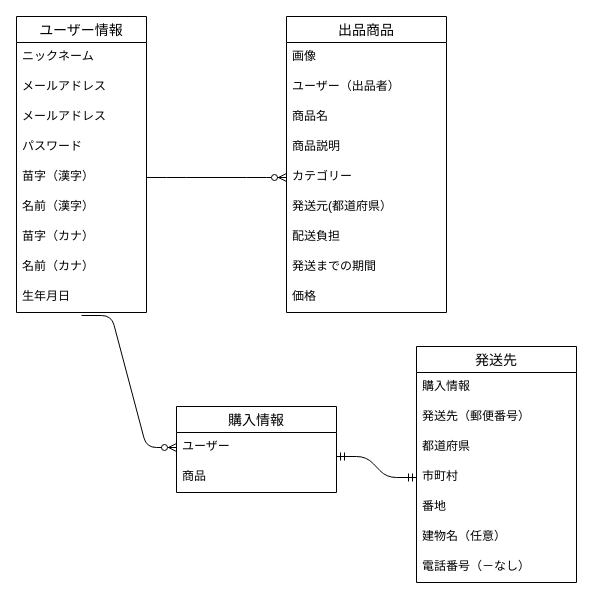
Before: ER.dio in terunobu3/furima-40515, a draw.io diagram. Source tidied: cells renumbered, new cells numbered last; positions are measured from the earlier drawing's top-left corner, leaving out a move shared by most shapes. Both pictures are drawn from the tidied source at 100%, with x=0, y=0 at pixel (16, 16).
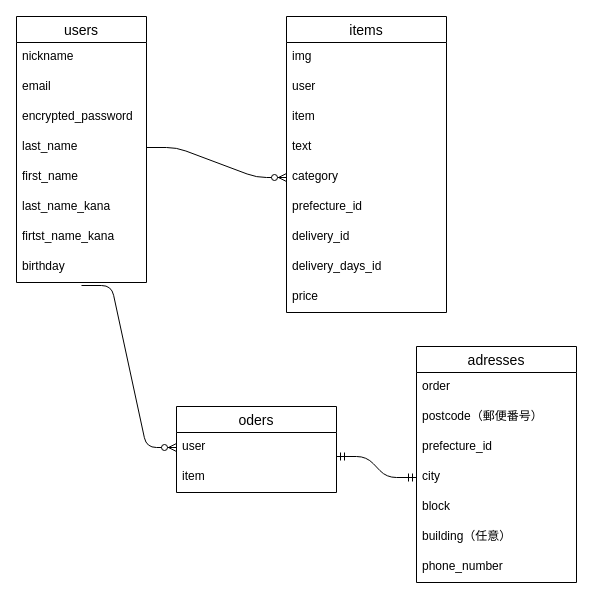
Above is the later version.

What changed in the source:
```diff
@@
-    <mxCell id="2" value="ユーザー情報" style="swimlane;fontStyle=0;horizontal=1;startSize=26;align=center;fontSize=14;" parent="1" vertex="1">
-      <mxGeometry width="130" height="296" as="geometry" />
+    <mxCell id="2" value="users" style="swimlane;fontStyle=0;horizontal=1;startSize=26;align=center;fontSize=14;" parent="1" vertex="1">
+      <mxGeometry width="130" height="266" as="geometry" />
     </mxCell>
-    <mxCell id="3" value="ニックネーム" style="text;strokeColor=none;fillColor=none;spacingLeft=4;spacingRight=4;overflow=hidden;fontSize=12;" parent="2" vertex="1">
+    <mxCell id="3" value="nickname" style="text;strokeColor=none;fillColor=none;spacingLeft=4;spacingRight=4;overflow=hidden;fontSize=12;" parent="2" vertex="1">
       <mxGeometry y="26" width="130" height="30" as="geometry" />
     </mxCell>
-    <mxCell id="4" value="メールアドレス" style="text;strokeColor=none;fillColor=none;spacingLeft=4;spacingRight=4;overflow=hidden;fontSize=12;" parent="2" vertex="1">
+    <mxCell id="4" value="email" style="text;strokeColor=none;fillColor=none;spacingLeft=4;spacingRight=4;overflow=hidden;fontSize=12;" parent="2" vertex="1">
       <mxGeometry y="56" width="130" height="30" as="geometry" />
     </mxCell>
-    <mxCell id="5" value="メールアドレス" style="text;strokeColor=none;fillColor=none;spacingLeft=4;spacingRight=4;overflow=hidden;fontSize=12;" parent="2" vertex="1">
-      <mxGeometry y="86" width="130" height="30" as="geometry" />
-    </mxCell>
-    <mxCell id="6" value="パスワード" style="text;strokeColor=none;fillColor=none;spacingLeft=4;spacingRight=4;overflow=hidden;fontSize=12;" parent="2" vertex="1">
-      <mxGeometry y="116" width="130" height="30" as="geometry" />
+    <mxCell id="6" value="encrypted_password" style="text;strokeColor=none;fillColor=none;spacingLeft=4;spacingRight=4;overflow=hidden;fontSize=12;" parent="2" vertex="1">
+      <mxGeometry y="86" width="130" height="30" as="geometry" />
     </mxCell>
-    <mxCell id="7" value="苗字（漢字）" style="text;strokeColor=none;fillColor=none;spacingLeft=4;spacingRight=4;overflow=hidden;points=[[0,0.5],[1,0.5]];portConstraint=eastwest;fontSize=12;" parent="2" vertex="1">
-      <mxGeometry y="146" width="130" height="30" as="geometry" />
+    <mxCell id="7" value="last_name" style="text;strokeColor=none;fillColor=none;spacingLeft=4;spacingRight=4;overflow=hidden;points=[[0,0.5],[1,0.5]];portConstraint=eastwest;fontSize=12;" parent="2" vertex="1">
+      <mxGeometry y="116" width="130" height="30" as="geometry" />
     </mxCell>
-    <mxCell id="8" value="名前（漢字）" style="text;strokeColor=none;fillColor=none;spacingLeft=4;spacingRight=4;overflow=hidden;fontSize=12;" parent="2" vertex="1">
-      <mxGeometry y="176" width="130" height="30" as="geometry" />
+    <mxCell id="8" value="first_name" style="text;strokeColor=none;fillColor=none;spacingLeft=4;spacingRight=4;overflow=hidden;fontSize=12;" parent="2" vertex="1">
+      <mxGeometry y="146" width="130" height="30" as="geometry" />
     </mxCell>
-    <mxCell id="9" value="苗字（カナ）" style="text;strokeColor=none;fillColor=none;spacingLeft=4;spacingRight=4;overflow=hidden;fontSize=12;" parent="2" vertex="1">
-      <mxGeometry y="206" width="130" height="30" as="geometry" />
+    <mxCell id="9" value="last_name_kana" style="text;strokeColor=none;fillColor=none;spacingLeft=4;spacingRight=4;overflow=hidden;fontSize=12;" parent="2" vertex="1">
+      <mxGeometry y="176" width="130" height="30" as="geometry" />
     </mxCell>
-    <mxCell id="10" value="名前（カナ）" style="text;strokeColor=none;fillColor=none;spacingLeft=4;spacingRight=4;overflow=hidden;fontSize=12;" parent="2" vertex="1">
-      <mxGeometry y="236" width="130" height="30" as="geometry" />
+    <mxCell id="10" value="firtst_name_kana" style="text;strokeColor=none;fillColor=none;spacingLeft=4;spacingRight=4;overflow=hidden;fontSize=12;" parent="2" vertex="1">
+      <mxGeometry y="206" width="130" height="30" as="geometry" />
     </mxCell>
-    <mxCell id="11" value="生年月日" style="text;strokeColor=none;fillColor=none;spacingLeft=4;spacingRight=4;overflow=hidden;points=[[0,0.5],[1,0.5]];portConstraint=eastwest;fontSize=12;" parent="2" vertex="1">
-      <mxGeometry y="266" width="130" height="30" as="geometry" />
+    <mxCell id="11" value="birthday" style="text;strokeColor=none;fillColor=none;spacingLeft=4;spacingRight=4;overflow=hidden;points=[[0,0.5],[1,0.5]];portConstraint=eastwest;fontSize=12;" parent="2" vertex="1">
+      <mxGeometry y="236" width="130" height="30" as="geometry" />
     </mxCell>
-    <mxCell id="12" value="出品商品" style="swimlane;fontStyle=0;horizontal=1;startSize=26;align=center;fontSize=14;" parent="1" vertex="1">
+    <mxCell id="12" value="items" style="swimlane;fontStyle=0;horizontal=1;startSize=26;align=center;fontSize=14;" parent="1" vertex="1">
       <mxGeometry x="270" width="160" height="296" as="geometry" />
     </mxCell>
-    <mxCell id="13" value="画像" style="text;strokeColor=none;fillColor=none;spacingLeft=4;spacingRight=4;overflow=hidden;fontSize=12;" parent="12" vertex="1">
+    <mxCell id="13" value="img" style="text;strokeColor=none;fillColor=none;spacingLeft=4;spacingRight=4;overflow=hidden;fontSize=12;" parent="12" vertex="1">
       <mxGeometry y="26" width="160" height="30" as="geometry" />
     </mxCell>
-    <mxCell id="14" value="ユーザー（出品者）" style="text;strokeColor=none;fillColor=none;spacingLeft=4;spacingRight=4;overflow=hidden;fontSize=12;" parent="12" vertex="1">
+    <mxCell id="14" value="user" style="text;strokeColor=none;fillColor=none;spacingLeft=4;spacingRight=4;overflow=hidden;fontSize=12;" parent="12" vertex="1">
       <mxGeometry y="56" width="160" height="30" as="geometry" />
     </mxCell>
-    <mxCell id="15" value="商品名" style="text;strokeColor=none;fillColor=none;spacingLeft=4;spacingRight=4;overflow=hidden;fontSize=12;" parent="12" vertex="1">
+    <mxCell id="15" value="item" style="text;strokeColor=none;fillColor=none;spacingLeft=4;spacingRight=4;overflow=hidden;fontSize=12;" parent="12" vertex="1">
       <mxGeometry y="86" width="160" height="30" as="geometry" />
     </mxCell>
-    <mxCell id="16" value="商品説明" style="text;strokeColor=none;fillColor=none;spacingLeft=4;spacingRight=4;overflow=hidden;fontSize=12;" parent="12" vertex="1">
+    <mxCell id="16" value="text" style="text;strokeColor=none;fillColor=none;spacingLeft=4;spacingRight=4;overflow=hidden;fontSize=12;" parent="12" vertex="1">
       <mxGeometry y="116" width="160" height="30" as="geometry" />
     </mxCell>
-    <mxCell id="17" value="カテゴリー" style="text;strokeColor=none;fillColor=none;spacingLeft=4;spacingRight=4;overflow=hidden;points=[[0,0.5],[1,0.5]];portConstraint=eastwest;fontSize=12;" parent="12" vertex="1">
+    <mxCell id="17" value="category" style="text;strokeColor=none;fillColor=none;spacingLeft=4;spacingRight=4;overflow=hidden;points=[[0,0.5],[1,0.5]];portConstraint=eastwest;fontSize=12;" parent="12" vertex="1">
       <mxGeometry y="146" width="160" height="30" as="geometry" />
     </mxCell>
-    <mxCell id="18" value="発送元(都道府県）" style="text;strokeColor=none;fillColor=none;spacingLeft=4;spacingRight=4;overflow=hidden;fontSize=12;" parent="12" vertex="1">
+    <mxCell id="18" value="prefecture_id" style="text;strokeColor=none;fillColor=none;spacingLeft=4;spacingRight=4;overflow=hidden;fontSize=12;" parent="12" vertex="1">
       <mxGeometry y="176" width="160" height="30" as="geometry" />
     </mxCell>
-    <mxCell id="19" value="配送負担" style="text;strokeColor=none;fillColor=none;spacingLeft=4;spacingRight=4;overflow=hidden;fontSize=12;" parent="12" vertex="1">
+    <mxCell id="19" value="delivery_id" style="text;strokeColor=none;fillColor=none;spacingLeft=4;spacingRight=4;overflow=hidden;fontSize=12;" parent="12" vertex="1">
       <mxGeometry y="206" width="160" height="30" as="geometry" />
     </mxCell>
-    <mxCell id="20" value="発送までの期間" style="text;strokeColor=none;fillColor=none;spacingLeft=4;spacingRight=4;overflow=hidden;fontSize=12;" parent="12" vertex="1">
+    <mxCell id="20" value="delivery_days_id" style="text;strokeColor=none;fillColor=none;spacingLeft=4;spacingRight=4;overflow=hidden;fontSize=12;" parent="12" vertex="1">
       <mxGeometry y="236" width="160" height="30" as="geometry" />
     </mxCell>
-    <mxCell id="21" value="価格" style="text;strokeColor=none;fillColor=none;spacingLeft=4;spacingRight=4;overflow=hidden;fontSize=12;" parent="12" vertex="1">
+    <mxCell id="21" value="price" style="text;strokeColor=none;fillColor=none;spacingLeft=4;spacingRight=4;overflow=hidden;fontSize=12;" parent="12" vertex="1">
       <mxGeometry y="266" width="160" height="30" as="geometry" />
     </mxCell>
-    <mxCell id="22" value="購入情報" style="swimlane;fontStyle=0;horizontal=1;startSize=26;align=center;fontSize=14;" parent="1" vertex="1">
+    <mxCell id="22" value="oders" style="swimlane;fontStyle=0;horizontal=1;startSize=26;align=center;fontSize=14;" parent="1" vertex="1">
       <mxGeometry x="160" y="390" width="160" height="86" as="geometry" />
     </mxCell>
-    <mxCell id="23" value="ユーザー" style="text;strokeColor=none;fillColor=none;spacingLeft=4;spacingRight=4;overflow=hidden;points=[[0,0.5],[1,0.5]];portConstraint=eastwest;fontSize=12;" parent="22" vertex="1">
+    <mxCell id="23" value="user" style="text;strokeColor=none;fillColor=none;spacingLeft=4;spacingRight=4;overflow=hidden;points=[[0,0.5],[1,0.5]];portConstraint=eastwest;fontSize=12;" parent="22" vertex="1">
       <mxGeometry y="26" width="160" height="30" as="geometry" />
     </mxCell>
-    <mxCell id="24" value="商品" style="text;strokeColor=none;fillColor=none;spacingLeft=4;spacingRight=4;overflow=hidden;fontSize=12;" parent="22" vertex="1">
+    <mxCell id="24" value="item" style="text;strokeColor=none;fillColor=none;spacingLeft=4;spacingRight=4;overflow=hidden;fontSize=12;" parent="22" vertex="1">
       <mxGeometry y="56" width="160" height="30" as="geometry" />
     </mxCell>
-    <mxCell id="25" value="発送先" style="swimlane;fontStyle=0;horizontal=1;startSize=26;align=center;fontSize=14;" parent="1" vertex="1">
+    <mxCell id="25" value="adresses" style="swimlane;fontStyle=0;horizontal=1;startSize=26;align=center;fontSize=14;" parent="1" vertex="1">
       <mxGeometry x="400" y="330" width="160" height="236" as="geometry" />
     </mxCell>
-    <mxCell id="26" value="購入情報" style="text;strokeColor=none;fillColor=none;spacingLeft=4;spacingRight=4;overflow=hidden;fontSize=12;" parent="25" vertex="1">
+    <mxCell id="26" value="order" style="text;strokeColor=none;fillColor=none;spacingLeft=4;spacingRight=4;overflow=hidden;fontSize=12;" parent="25" vertex="1">
       <mxGeometry y="26" width="160" height="30" as="geometry" />
     </mxCell>
-    <mxCell id="27" value="発送先（郵便番号）" style="text;strokeColor=none;fillColor=none;spacingLeft=4;spacingRight=4;overflow=hidden;fontSize=12;" parent="25" vertex="1">
+    <mxCell id="27" value="postcode（郵便番号）" style="text;strokeColor=none;fillColor=none;spacingLeft=4;spacingRight=4;overflow=hidden;fontSize=12;" parent="25" vertex="1">
       <mxGeometry y="56" width="160" height="30" as="geometry" />
     </mxCell>
-    <mxCell id="28" value="都道府県" style="text;strokeColor=none;fillColor=none;spacingLeft=4;spacingRight=4;overflow=hidden;fontSize=12;" parent="25" vertex="1">
+    <mxCell id="28" value="prefecture_id" style="text;strokeColor=none;fillColor=none;spacingLeft=4;spacingRight=4;overflow=hidden;fontSize=12;" parent="25" vertex="1">
       <mxGeometry y="86" width="160" height="30" as="geometry" />
     </mxCell>
-    <mxCell id="29" value="市町村" style="text;strokeColor=none;fillColor=none;spacingLeft=4;spacingRight=4;overflow=hidden;points=[[0,0.5],[1,0.5]];portConstraint=eastwest;fontSize=12;" parent="25" vertex="1">
+    <mxCell id="29" value="city" style="text;strokeColor=none;fillColor=none;spacingLeft=4;spacingRight=4;overflow=hidden;points=[[0,0.5],[1,0.5]];portConstraint=eastwest;fontSize=12;" parent="25" vertex="1">
       <mxGeometry y="116" width="160" height="30" as="geometry" />
     </mxCell>
-    <mxCell id="30" value="番地" style="text;strokeColor=none;fillColor=none;spacingLeft=4;spacingRight=4;overflow=hidden;fontSize=12;" parent="25" vertex="1">
+    <mxCell id="30" value="block" style="text;strokeColor=none;fillColor=none;spacingLeft=4;spacingRight=4;overflow=hidden;fontSize=12;" parent="25" vertex="1">
       <mxGeometry y="146" width="160" height="30" as="geometry" />
     </mxCell>
-    <mxCell id="31" value="建物名（任意）" style="text;strokeColor=none;fillColor=none;spacingLeft=4;spacingRight=4;overflow=hidden;fontSize=12;" parent="25" vertex="1">
+    <mxCell id="31" value="building（任意）" style="text;strokeColor=none;fillColor=none;spacingLeft=4;spacingRight=4;overflow=hidden;fontSize=12;" parent="25" vertex="1">
       <mxGeometry y="176" width="160" height="30" as="geometry" />
     </mxCell>
-    <mxCell id="32" value="電話番号（－なし）" style="text;strokeColor=none;fillColor=none;spacingLeft=4;spacingRight=4;overflow=hidden;fontSize=12;" parent="25" vertex="1">
+    <mxCell id="32" value="phone_number" style="text;strokeColor=none;fillColor=none;spacingLeft=4;spacingRight=4;overflow=hidden;fontSize=12;" parent="25" vertex="1">
       <mxGeometry y="206" width="160" height="30" as="geometry" />
     </mxCell>
```
